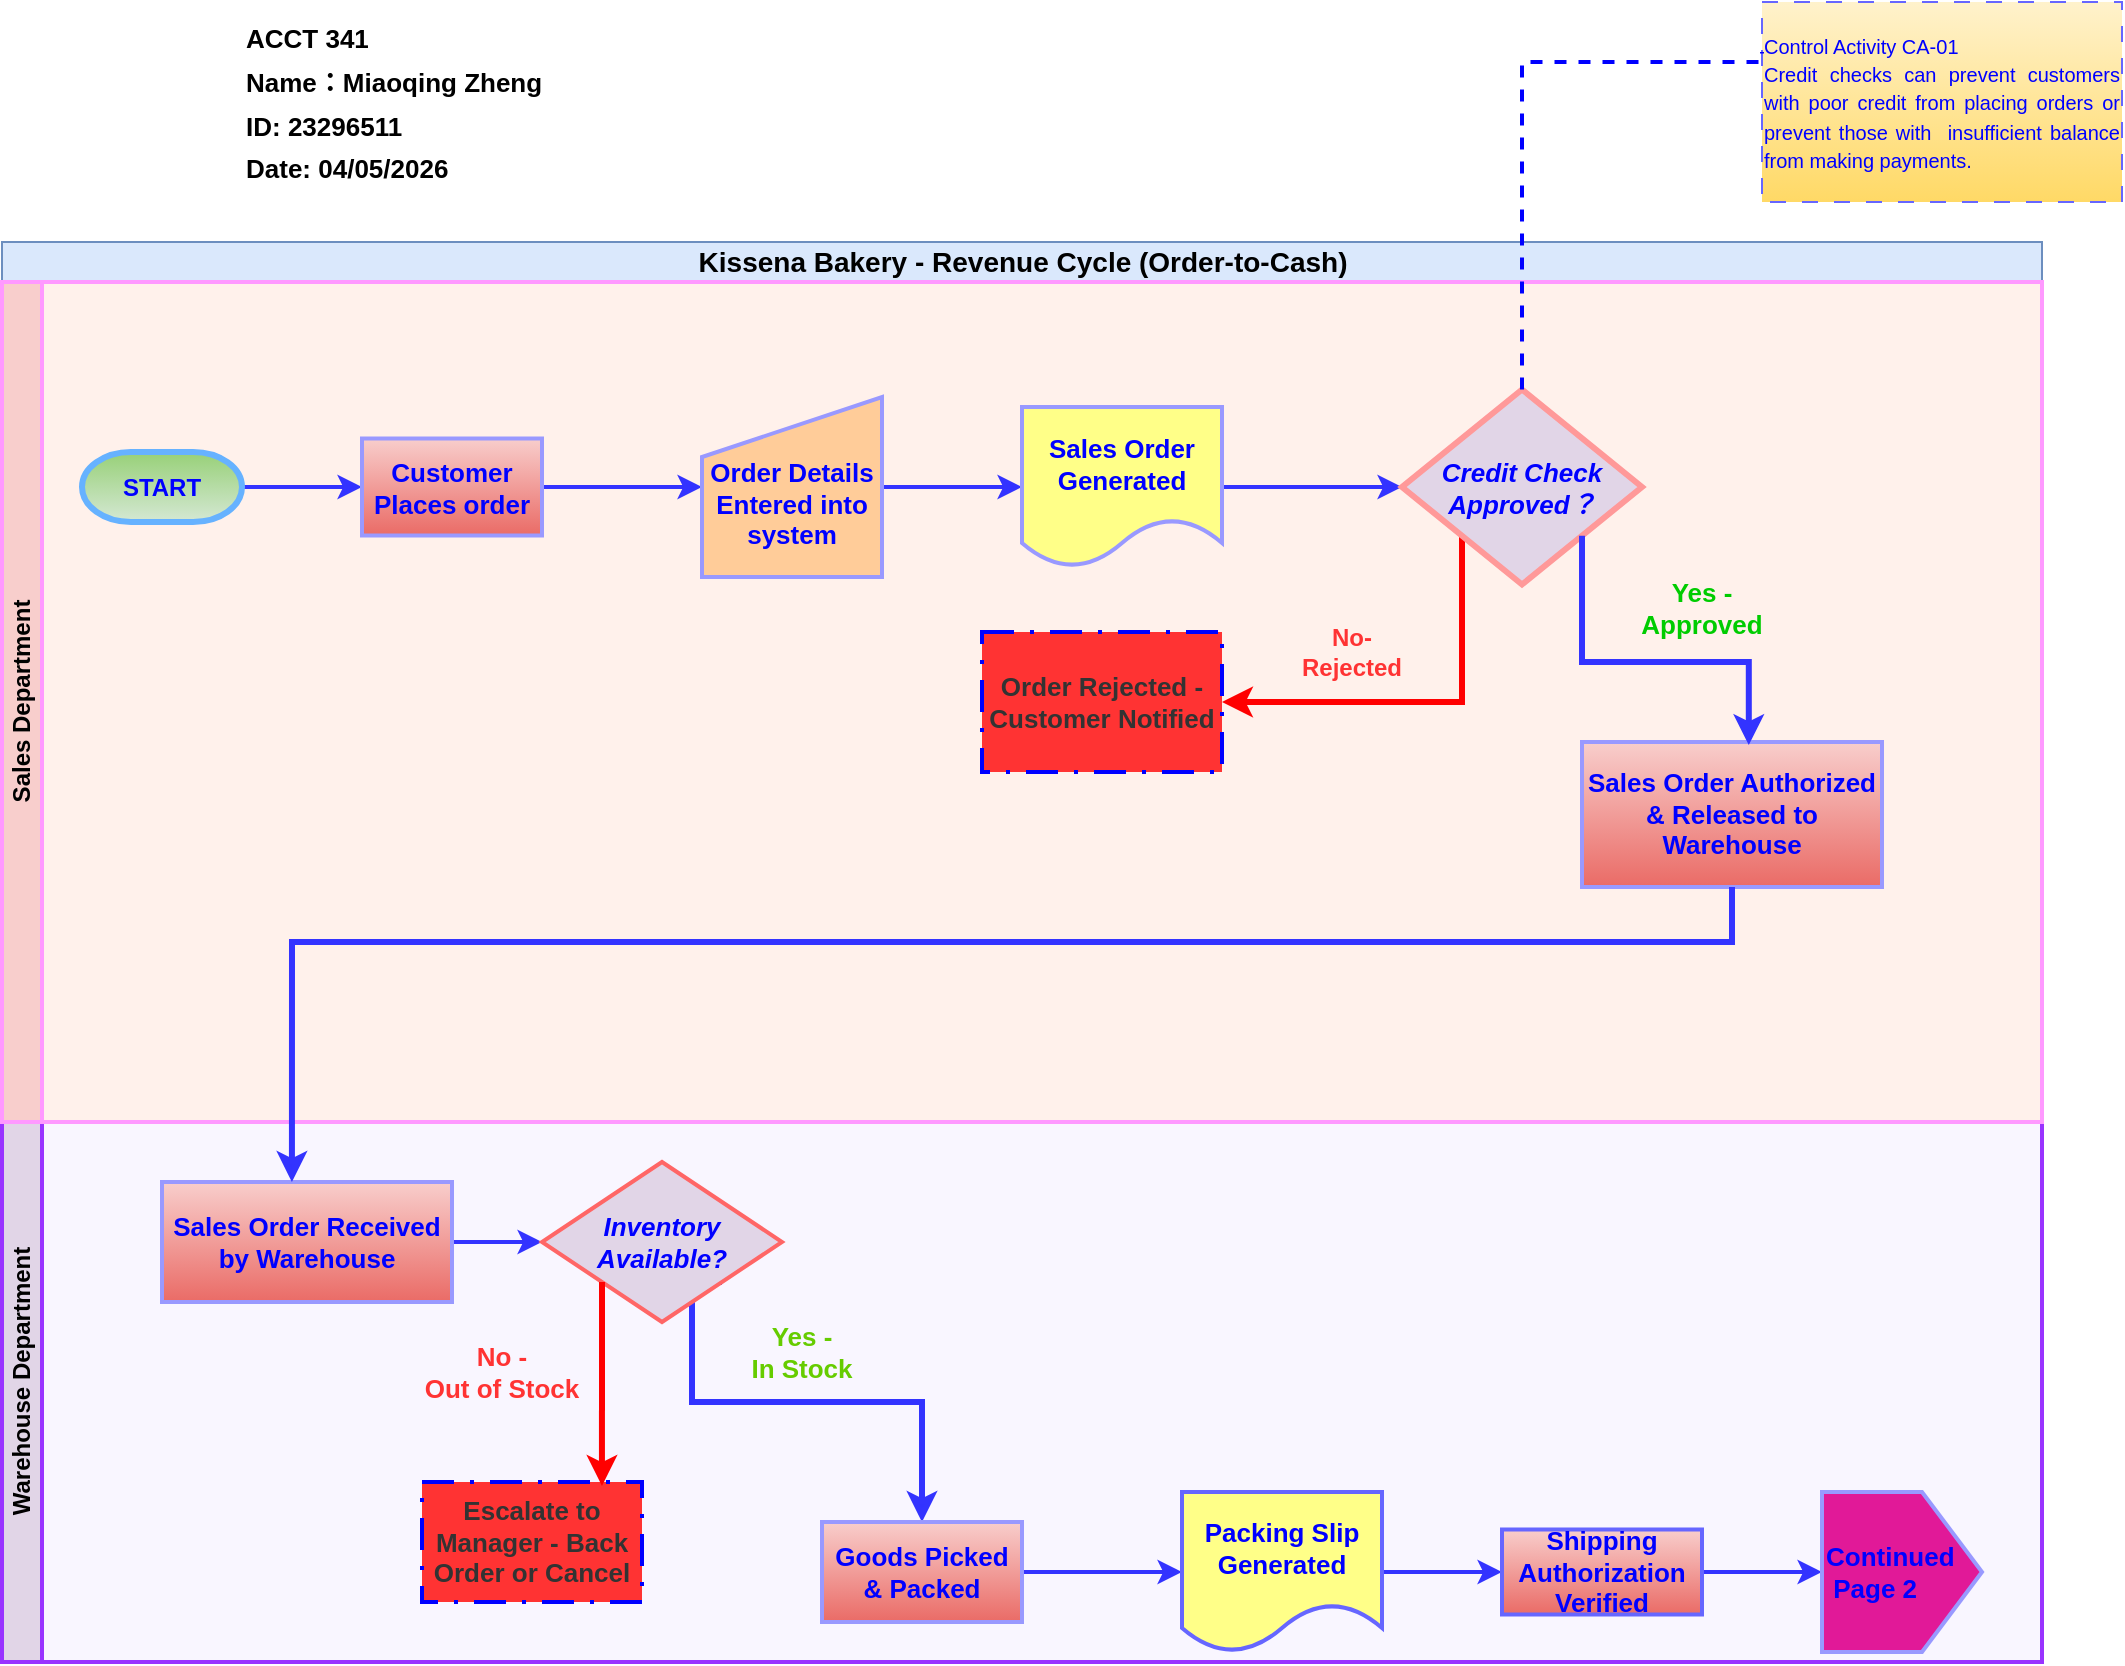
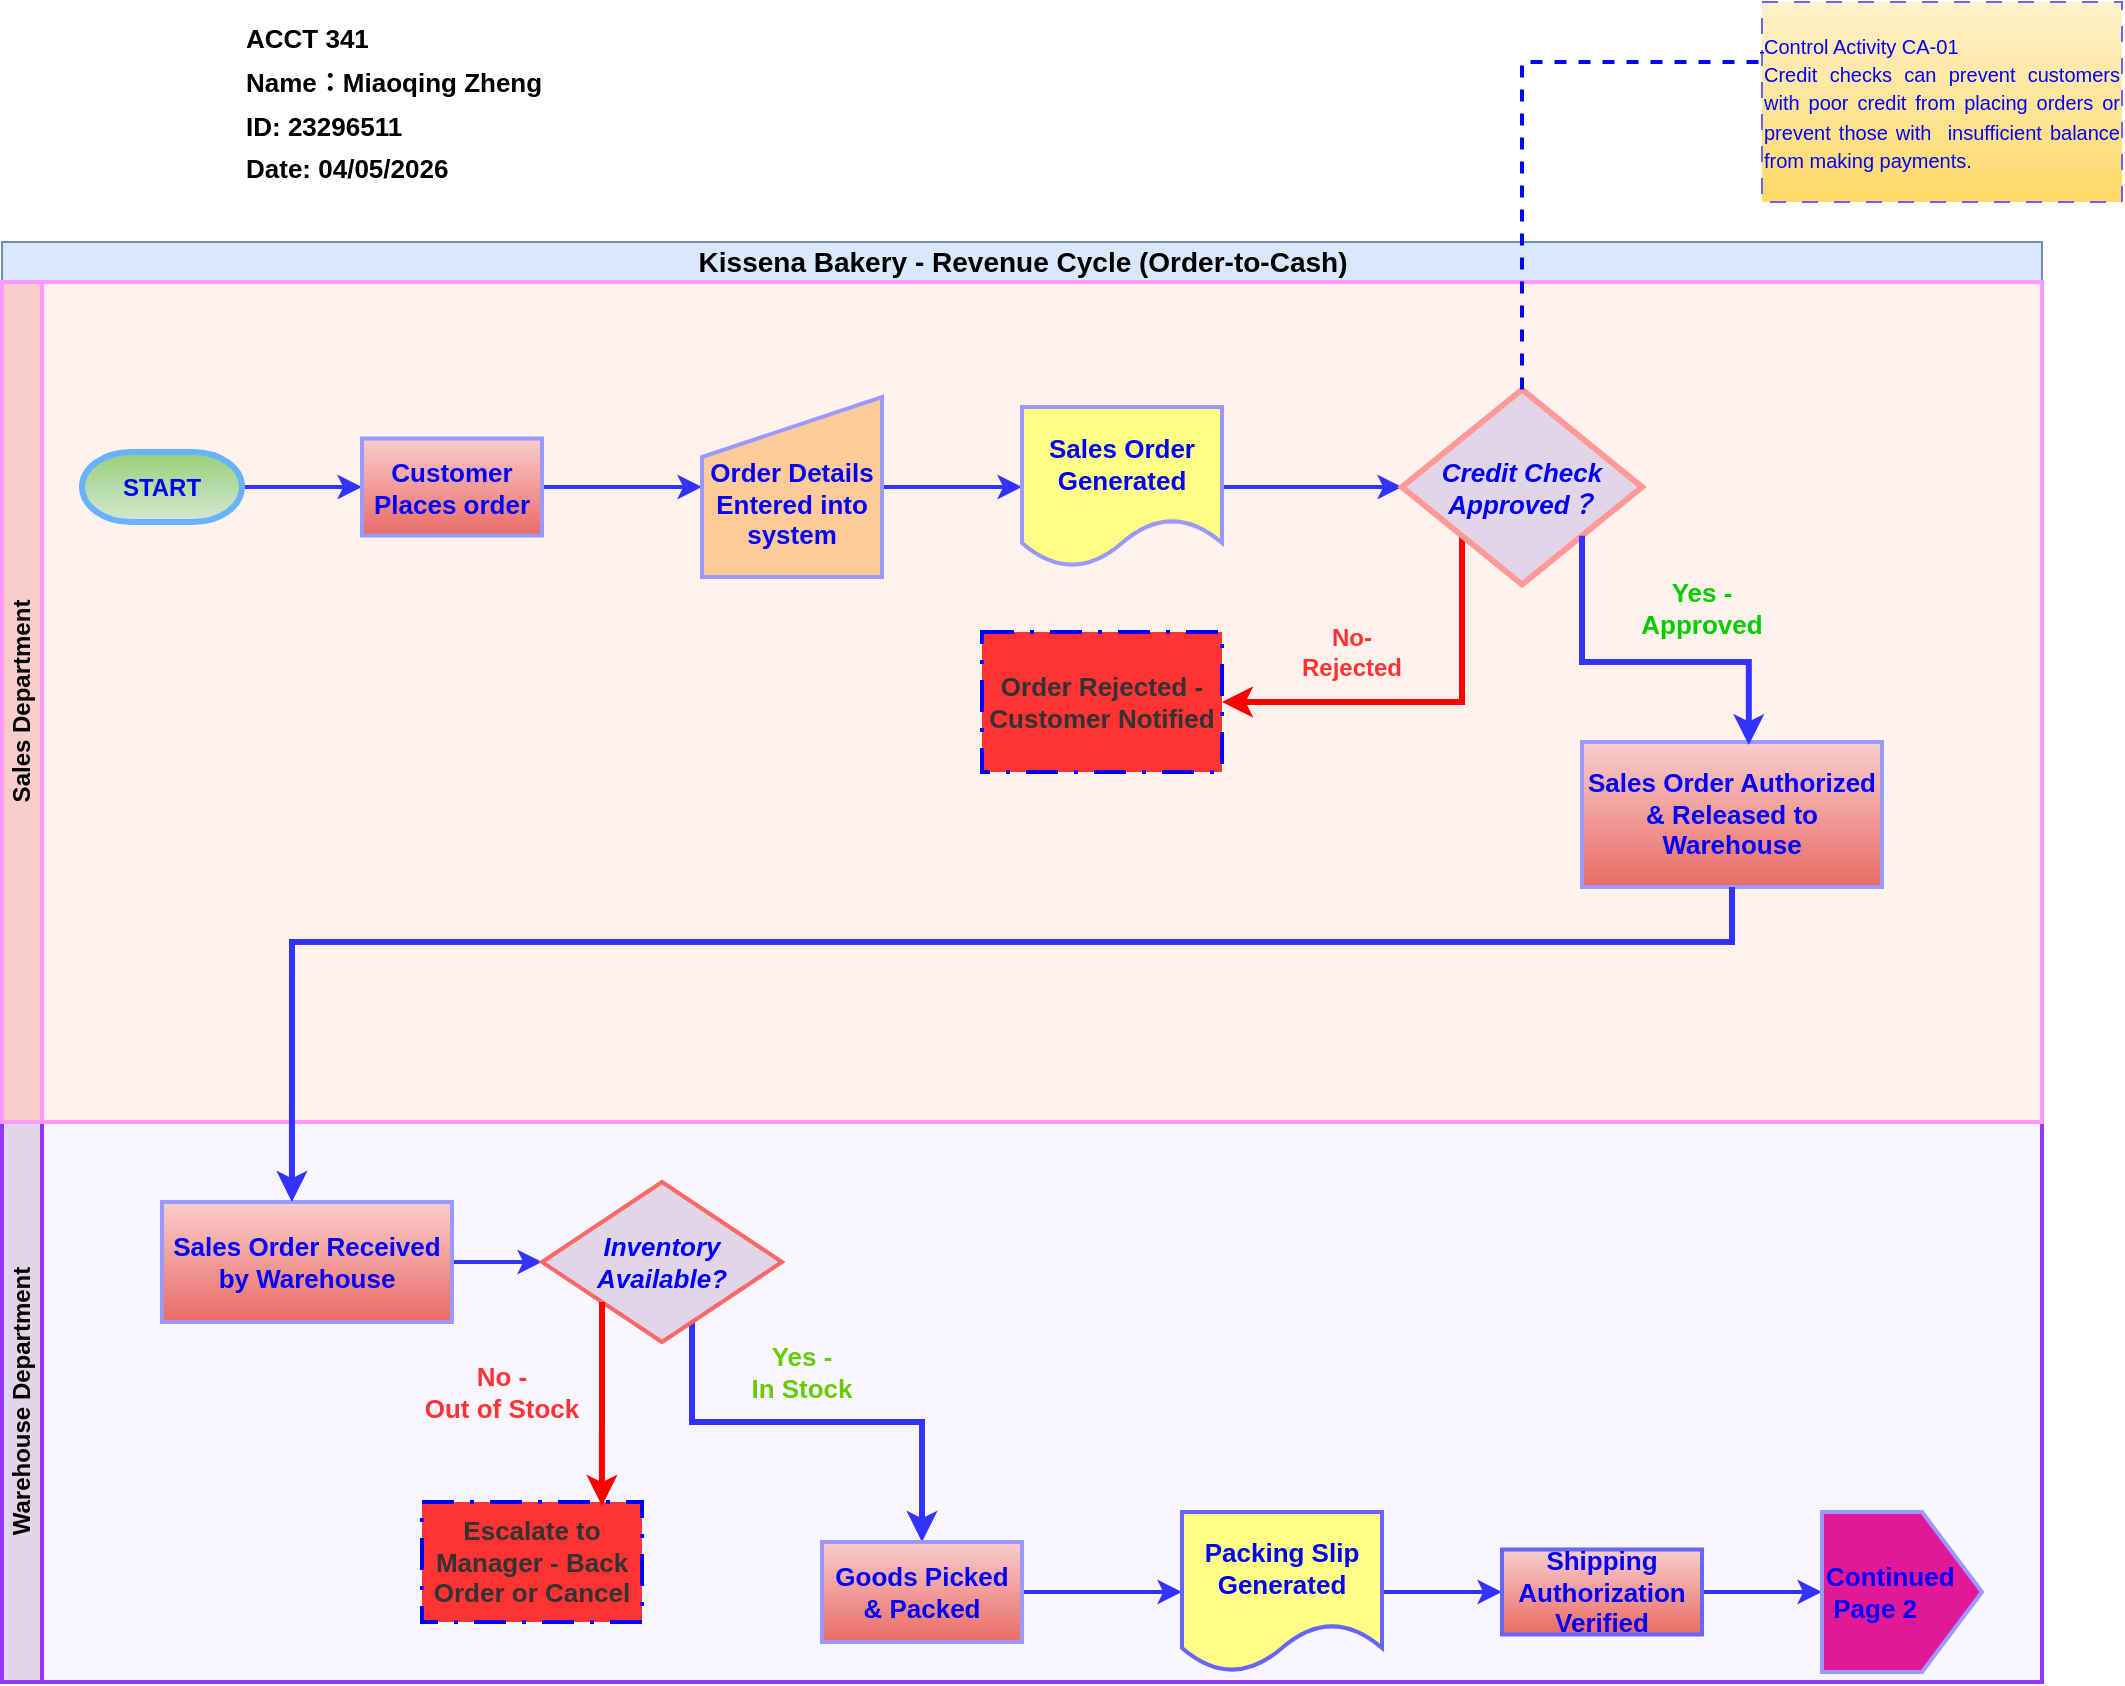
<mxfile host="app.diagrams.net" agent="Mozilla/5.0 (Windows NT 10.0; Win64; x64) AppleWebKit/537.36 (KHTML, like Gecko) Chrome/146.0.0.0 Safari/537.36" pages="2">
  <diagram name="Page-1" id="klMabU_GDppZGB9yFFRy">
    <mxGraphModel dx="2054" dy="743" grid="1" gridSize="10" guides="1" tooltips="1" connect="1" arrows="1" fold="1" page="1" pageScale="1" pageWidth="1100" pageHeight="850" math="0" shadow="0">
      <root>
        <mxCell id="0" />
        <mxCell id="1" parent="0" />
        <mxCell id="0vQu63eh7_hz7IOFjZfk-1" parent="1" style="swimlane;childLayout=stackLayout;resizeParent=1;resizeParentMax=0;horizontal=1;startSize=20;horizontalStack=0;html=1;fillColor=#dae8fc;strokeColor=#6c8ebf;" value="&lt;div style=&quot;text-align: start;&quot;&gt;&lt;font style=&quot;font-size: 14px;&quot;&gt;Kissena Bakery - Revenue Cycle (Order-to-Cash)&lt;/font&gt;&lt;/div&gt;" vertex="1">
          <mxGeometry height="20" width="1020" x="40" y="130" as="geometry" />
        </mxCell>
        <mxCell id="0YdZOAwKbOOHbmaocjk8-1" parent="1" style="text;html=1;whiteSpace=wrap;strokeColor=none;fillColor=none;align=left;verticalAlign=middle;rounded=0;fontSize=18;fontStyle=1" value="&lt;div&gt;&lt;font style=&quot;font-size: 13px;&quot;&gt;ACCT 341&lt;/font&gt;&lt;/div&gt;&lt;font style=&quot;font-size: 13px;&quot;&gt;Name：Miaoqing Zheng&lt;/font&gt;&lt;div&gt;&lt;font style=&quot;font-size: 13px;&quot;&gt;ID: 23296511&lt;/font&gt;&lt;/div&gt;&lt;div&gt;&lt;font style=&quot;font-size: 13px;&quot;&gt;Date: 04/05/2026&lt;/font&gt;&lt;/div&gt;" vertex="1">
          <mxGeometry height="60" width="329" x="160" y="30" as="geometry" />
        </mxCell>
        <mxCell id="0vQu63eh7_hz7IOFjZfk-3" parent="1" style="swimlane;startSize=20;horizontal=0;html=1;fillColor=#e1d5e7;strokeColor=#9933FF;strokeWidth=2;swimlaneFillColor=#F9F6FF;" value="Warehouse Department" vertex="1">
-           <mxGeometry height="280" width="1020" x="40" y="560" as="geometry" />
+           <mxGeometry height="280" width="1020" x="40" y="570" as="geometry" />
        </mxCell>
        <mxCell id="pGH0SQg9JUakCyH8bkGQ-32" edge="1" parent="0vQu63eh7_hz7IOFjZfk-3" source="0vQu63eh7_hz7IOFjZfk-73" style="edgeStyle=orthogonalEdgeStyle;rounded=0;orthogonalLoop=1;jettySize=auto;html=1;exitX=1;exitY=0.5;exitDx=0;exitDy=0;entryX=0;entryY=0.5;entryDx=0;entryDy=0;strokeColor=#3333FF;strokeWidth=2;" target="0vQu63eh7_hz7IOFjZfk-92">
          <mxGeometry relative="1" as="geometry" />
        </mxCell>
        <mxCell id="0vQu63eh7_hz7IOFjZfk-73" parent="0vQu63eh7_hz7IOFjZfk-3" style="html=1;dashed=0;whiteSpace=wrap;fillColor=#f8cecc;gradientColor=#ea6b66;strokeColor=#9999FF;strokeWidth=2;" value="&lt;font style=&quot;font-size: 13px; color: rgb(0, 0, 255);&quot;&gt;&lt;b&gt;Sales Order Received by Warehouse&lt;/b&gt;&lt;/font&gt;" vertex="1">
          <mxGeometry height="60" width="145" x="80" y="40" as="geometry" />
        </mxCell>
        <mxCell id="JjxT6XXtwAddX6sOskqe-8" edge="1" parent="0vQu63eh7_hz7IOFjZfk-3" source="0vQu63eh7_hz7IOFjZfk-92" style="edgeStyle=orthogonalEdgeStyle;rounded=0;orthogonalLoop=1;jettySize=auto;html=1;exitX=1;exitY=1;exitDx=0;exitDy=0;entryX=0.5;entryY=0;entryDx=0;entryDy=0;strokeColor=#3333FF;strokeWidth=3;" target="0vQu63eh7_hz7IOFjZfk-106">
          <mxGeometry relative="1" as="geometry">
            <Array as="points">
              <mxPoint x="345" y="150" />
              <mxPoint x="460" y="150" />
            </Array>
          </mxGeometry>
        </mxCell>
        <mxCell id="0vQu63eh7_hz7IOFjZfk-92" parent="0vQu63eh7_hz7IOFjZfk-3" style="rhombus;whiteSpace=wrap;html=1;fillColor=#e1d5e7;strokeColor=light-dark(#FF6666,#FF3333);strokeWidth=2;" value="&lt;font style=&quot;font-size: 13px; color: rgb(0, 0, 255);&quot;&gt;&lt;b&gt;&lt;i&gt;Inventory Available?&lt;/i&gt;&lt;/b&gt;&lt;/font&gt;" vertex="1">
          <mxGeometry height="80" width="120" x="270" y="30" as="geometry" />
        </mxCell>
        <mxCell id="0vQu63eh7_hz7IOFjZfk-96" parent="0vQu63eh7_hz7IOFjZfk-3" style="html=1;dashed=1;whiteSpace=wrap;fillColor=#FF3333;strokeColor=#0000FF;fontColor=#ffffff;dashPattern=8 4 1 4;strokeWidth=2;" value="&lt;b&gt;&lt;font style=&quot;font-size: 13px; color: rgb(51, 51, 51);&quot;&gt;Escalate to Manager - Back Order or Cancel&lt;/font&gt;&lt;/b&gt;" vertex="1">
          <mxGeometry height="60" width="110" x="210" y="190" as="geometry" />
        </mxCell>
        <mxCell id="46-Umk2mzS9Czotzx1H9-6" edge="1" parent="0vQu63eh7_hz7IOFjZfk-3" source="0vQu63eh7_hz7IOFjZfk-106" style="edgeStyle=orthogonalEdgeStyle;rounded=0;orthogonalLoop=1;jettySize=auto;html=1;exitX=1;exitY=0.5;exitDx=0;exitDy=0;entryX=0;entryY=0.5;entryDx=0;entryDy=0;strokeColor=#3333FF;strokeWidth=2;" target="0vQu63eh7_hz7IOFjZfk-110">
          <mxGeometry relative="1" as="geometry" />
        </mxCell>
        <mxCell id="0vQu63eh7_hz7IOFjZfk-106" parent="0vQu63eh7_hz7IOFjZfk-3" style="html=1;dashed=0;whiteSpace=wrap;strokeWidth=2;fillColor=#f8cecc;gradientColor=#ea6b66;strokeColor=#9999FF;" value="&lt;font style=&quot;font-size: 13px; color: rgb(0, 0, 255);&quot;&gt;&lt;b&gt;Goods Picked &amp;amp; Packed&lt;/b&gt;&lt;/font&gt;" vertex="1">
          <mxGeometry height="50" width="100" x="410" y="210" as="geometry" />
        </mxCell>
        <mxCell id="46-Umk2mzS9Czotzx1H9-8" edge="1" parent="0vQu63eh7_hz7IOFjZfk-3" source="0vQu63eh7_hz7IOFjZfk-110" style="edgeStyle=orthogonalEdgeStyle;rounded=0;orthogonalLoop=1;jettySize=auto;html=1;exitX=1;exitY=0.5;exitDx=0;exitDy=0;entryX=0;entryY=0.5;entryDx=0;entryDy=0;strokeColor=#3333FF;strokeWidth=2;" target="0vQu63eh7_hz7IOFjZfk-112">
          <mxGeometry relative="1" as="geometry" />
        </mxCell>
        <mxCell id="0vQu63eh7_hz7IOFjZfk-110" parent="0vQu63eh7_hz7IOFjZfk-3" style="shape=document;whiteSpace=wrap;html=1;boundedLbl=1;strokeWidth=2;fillColor=#ffff88;strokeColor=#6666FF;" value="&lt;font style=&quot;font-size: 13px; color: rgb(0, 0, 255);&quot;&gt;&lt;b&gt;Packing Slip Generated&lt;/b&gt;&lt;/font&gt;" vertex="1">
          <mxGeometry height="80" width="100" x="590" y="195" as="geometry" />
        </mxCell>
        <mxCell id="G1smnQENkRiUrPdJOTDi-2" edge="1" parent="0vQu63eh7_hz7IOFjZfk-3" source="0vQu63eh7_hz7IOFjZfk-112" style="edgeStyle=orthogonalEdgeStyle;rounded=0;orthogonalLoop=1;jettySize=auto;html=1;exitX=1;exitY=0.5;exitDx=0;exitDy=0;entryX=0.5;entryY=0;entryDx=0;entryDy=0;strokeColor=#3333FF;strokeWidth=2;" target="G1smnQENkRiUrPdJOTDi-1">
          <mxGeometry relative="1" as="geometry" />
        </mxCell>
        <mxCell id="0vQu63eh7_hz7IOFjZfk-112" parent="0vQu63eh7_hz7IOFjZfk-3" style="html=1;dashed=0;whiteSpace=wrap;strokeColor=#6666FF;fillColor=#f8cecc;gradientColor=#ea6b66;fontStyle=1;strokeWidth=2;" value="&lt;font style=&quot;font-size: 13px; color: rgb(0, 0, 255);&quot;&gt;Shipping Authorization Verified&lt;/font&gt;" vertex="1">
          <mxGeometry height="42.5" width="100" x="750" y="213.75" as="geometry" />
        </mxCell>
        <mxCell id="0vQu63eh7_hz7IOFjZfk-98" parent="0vQu63eh7_hz7IOFjZfk-3" style="text;html=1;whiteSpace=wrap;strokeColor=none;fillColor=none;align=center;verticalAlign=middle;rounded=0;fontColor=#FF3333;" value="&lt;font style=&quot;font-size: 13px;&quot;&gt;&lt;b&gt;No - &lt;br&gt;Out of Stock&lt;/b&gt;&lt;/font&gt;" vertex="1">
          <mxGeometry height="30" width="80" x="210" y="120" as="geometry" />
        </mxCell>
        <mxCell id="G1smnQENkRiUrPdJOTDi-1" parent="0vQu63eh7_hz7IOFjZfk-3" style="shape=offPageConnector;whiteSpace=wrap;html=1;direction=north;strokeColor=#9999FF;fillColor=#E11998;align=left;strokeWidth=2;" value="&lt;b style=&quot;color: rgb(0, 0, 255); font-size: 13px; text-wrap-mode: nowrap;&quot;&gt;Continued&lt;br&gt;&amp;nbsp;Page 2&lt;/b&gt;" vertex="1">
          <mxGeometry height="80" width="80" x="910" y="195" as="geometry" />
        </mxCell>
        <mxCell id="46-Umk2mzS9Czotzx1H9-12" parent="0vQu63eh7_hz7IOFjZfk-3" style="text;html=1;whiteSpace=wrap;strokeColor=none;fillColor=none;align=center;verticalAlign=middle;rounded=0;" value="&lt;b style=&quot;color: rgb(102, 204, 0);&quot;&gt;&lt;font style=&quot;font-size: 13px;&quot;&gt;Yes -&lt;br&gt;In Stock&lt;/font&gt;&lt;/b&gt;" vertex="1">
          <mxGeometry height="30" width="80" x="360" y="110" as="geometry" />
        </mxCell>
        <mxCell id="JjxT6XXtwAddX6sOskqe-13" edge="1" parent="0vQu63eh7_hz7IOFjZfk-3" source="0vQu63eh7_hz7IOFjZfk-92" style="edgeStyle=orthogonalEdgeStyle;rounded=0;orthogonalLoop=1;jettySize=auto;html=1;exitX=0;exitY=1;exitDx=0;exitDy=0;entryX=0.818;entryY=0.033;entryDx=0;entryDy=0;entryPerimeter=0;strokeColor=#FF0000;strokeWidth=3;" target="0vQu63eh7_hz7IOFjZfk-96">
          <mxGeometry relative="1" as="geometry" />
        </mxCell>
        <mxCell id="0vQu63eh7_hz7IOFjZfk-2" parent="1" style="swimlane;startSize=20;horizontal=0;html=1;fillColor=#f8cecc;strokeColor=#FF99FF;strokeWidth=2;fillStyle=solid;swimlaneFillColor=#FFF1EB;" value="Sales Department" vertex="1">
          <mxGeometry height="420" width="1020" x="40" y="150" as="geometry">
            <mxRectangle height="30" width="610" y="20" as="alternateBounds" />
          </mxGeometry>
        </mxCell>
        <mxCell id="0vQu63eh7_hz7IOFjZfk-43" edge="1" parent="0vQu63eh7_hz7IOFjZfk-2" source="0vQu63eh7_hz7IOFjZfk-10" style="edgeStyle=orthogonalEdgeStyle;rounded=0;orthogonalLoop=1;jettySize=auto;html=1;exitX=0;exitY=0.5;exitDx=0;exitDy=0;exitPerimeter=0;entryX=0;entryY=0.5;entryDx=0;entryDy=0;strokeColor=#3333FF;strokeWidth=2;" target="0vQu63eh7_hz7IOFjZfk-15">
          <mxGeometry relative="1" as="geometry" />
        </mxCell>
        <mxCell id="0vQu63eh7_hz7IOFjZfk-10" parent="0vQu63eh7_hz7IOFjZfk-2" style="strokeWidth=3;html=1;shape=mxgraph.flowchart.terminator;whiteSpace=wrap;direction=west;fillColor=#d5e8d4;gradientColor=#97d077;strokeColor=#66B2FF;" value="&lt;b&gt;&lt;font style=&quot;color: rgb(0, 0, 255);&quot;&gt;START&lt;/font&gt;&lt;/b&gt;" vertex="1">
          <mxGeometry height="35" width="80" x="40" y="85" as="geometry" />
        </mxCell>
        <mxCell id="46-Umk2mzS9Czotzx1H9-2" edge="1" parent="0vQu63eh7_hz7IOFjZfk-2" source="0vQu63eh7_hz7IOFjZfk-15" style="edgeStyle=orthogonalEdgeStyle;rounded=0;orthogonalLoop=1;jettySize=auto;html=1;exitX=1;exitY=0.5;exitDx=0;exitDy=0;entryX=0;entryY=0.5;entryDx=0;entryDy=0;strokeColor=#3333FF;strokeWidth=2;" target="0vQu63eh7_hz7IOFjZfk-20">
          <mxGeometry relative="1" as="geometry" />
        </mxCell>
        <mxCell id="0vQu63eh7_hz7IOFjZfk-15" parent="0vQu63eh7_hz7IOFjZfk-2" style="html=1;dashed=0;whiteSpace=wrap;strokeWidth=2;fillColor=#f8cecc;strokeColor=#9999FF;gradientColor=#ea6b66;" value="&lt;font style=&quot;font-size: 13px; color: rgb(0, 0, 255);&quot;&gt;&lt;b style=&quot;&quot;&gt;Customer Places order&lt;/b&gt;&lt;/font&gt;" vertex="1">
          <mxGeometry height="48.5" width="90" x="180" y="78.25" as="geometry" />
        </mxCell>
        <mxCell id="46-Umk2mzS9Czotzx1H9-3" edge="1" parent="0vQu63eh7_hz7IOFjZfk-2" source="0vQu63eh7_hz7IOFjZfk-20" style="edgeStyle=orthogonalEdgeStyle;rounded=0;orthogonalLoop=1;jettySize=auto;html=1;exitX=1;exitY=0.5;exitDx=0;exitDy=0;entryX=0;entryY=0.5;entryDx=0;entryDy=0;strokeColor=#3333FF;strokeWidth=2;" target="0vQu63eh7_hz7IOFjZfk-30">
          <mxGeometry relative="1" as="geometry" />
        </mxCell>
        <mxCell id="0vQu63eh7_hz7IOFjZfk-20" parent="0vQu63eh7_hz7IOFjZfk-2" style="shape=manualInput;whiteSpace=wrap;html=1;align=center;fillColor=#ffcc99;strokeColor=#9999FF;strokeWidth=2;" value="&lt;div style=&quot;&quot;&gt;&lt;span style=&quot;background-color: transparent;&quot;&gt;&lt;b style=&quot;&quot;&gt;&lt;font style=&quot;font-size: 13px; color: rgb(0, 0, 255);&quot;&gt;&lt;br&gt;&lt;/font&gt;&lt;/b&gt;&lt;/span&gt;&lt;/div&gt;&lt;div style=&quot;&quot;&gt;&lt;span style=&quot;background-color: transparent;&quot;&gt;&lt;b style=&quot;&quot;&gt;&lt;font style=&quot;font-size: 13px; color: rgb(0, 0, 255);&quot;&gt;Order Details Entered into system&lt;/font&gt;&lt;/b&gt;&lt;/span&gt;&lt;/div&gt;" vertex="1">
          <mxGeometry height="90" width="90" x="350" y="57.5" as="geometry" />
        </mxCell>
        <mxCell id="0vQu63eh7_hz7IOFjZfk-35" edge="1" parent="0vQu63eh7_hz7IOFjZfk-2" style="edgeStyle=orthogonalEdgeStyle;rounded=0;orthogonalLoop=1;jettySize=auto;html=1;exitX=0;exitY=0.5;exitDx=0;exitDy=0;">
          <mxGeometry relative="1" as="geometry">
            <mxPoint x="410" y="105" as="sourcePoint" />
            <mxPoint x="410" y="105" as="targetPoint" />
          </mxGeometry>
        </mxCell>
        <mxCell id="46-Umk2mzS9Czotzx1H9-4" edge="1" parent="0vQu63eh7_hz7IOFjZfk-2" source="0vQu63eh7_hz7IOFjZfk-30" style="edgeStyle=orthogonalEdgeStyle;rounded=0;orthogonalLoop=1;jettySize=auto;html=1;exitX=1;exitY=0.5;exitDx=0;exitDy=0;entryX=0;entryY=0.5;entryDx=0;entryDy=0;strokeColor=#3333FF;strokeWidth=2;" target="0vQu63eh7_hz7IOFjZfk-34">
          <mxGeometry relative="1" as="geometry" />
        </mxCell>
        <mxCell id="0vQu63eh7_hz7IOFjZfk-30" parent="0vQu63eh7_hz7IOFjZfk-2" style="shape=document;whiteSpace=wrap;html=1;boundedLbl=1;strokeWidth=2;fillColor=#ffff88;strokeColor=#9999FF;" value="&lt;font style=&quot;font-size: 13px; color: rgb(0, 0, 255);&quot;&gt;&lt;b&gt;Sales Order Generated&lt;/b&gt;&lt;/font&gt;" vertex="1">
          <mxGeometry height="80" width="100" x="510" y="62.5" as="geometry" />
        </mxCell>
        <mxCell id="JjxT6XXtwAddX6sOskqe-11" edge="1" parent="0vQu63eh7_hz7IOFjZfk-2" source="0vQu63eh7_hz7IOFjZfk-34" style="edgeStyle=orthogonalEdgeStyle;rounded=0;orthogonalLoop=1;jettySize=auto;html=1;exitX=0;exitY=1;exitDx=0;exitDy=0;entryX=1;entryY=0.5;entryDx=0;entryDy=0;strokeColor=#FF0000;strokeWidth=3;" target="0vQu63eh7_hz7IOFjZfk-65">
          <mxGeometry relative="1" as="geometry">
            <Array as="points">
              <mxPoint x="730" y="210" />
            </Array>
          </mxGeometry>
        </mxCell>
        <mxCell id="0vQu63eh7_hz7IOFjZfk-34" parent="0vQu63eh7_hz7IOFjZfk-2" style="rhombus;whiteSpace=wrap;html=1;fillColor=#e1d5e7;strokeColor=#FF9999;strokeWidth=3;" value="&lt;font style=&quot;font-size: 13px; color: rgb(0, 0, 255);&quot;&gt;&lt;b&gt;&lt;i&gt;Credit Check Approved？&lt;/i&gt;&lt;/b&gt;&lt;/font&gt;" vertex="1">
          <mxGeometry height="97.5" width="120" x="700" y="53.75" as="geometry" />
        </mxCell>
        <mxCell id="0vQu63eh7_hz7IOFjZfk-60" parent="0vQu63eh7_hz7IOFjZfk-2" style="text;html=1;whiteSpace=wrap;strokeColor=none;fillColor=none;align=center;verticalAlign=middle;rounded=0;fontColor=#00CC00;" value="&lt;font style=&quot;font-size: 13px;&quot;&gt;&lt;b style=&quot;&quot;&gt;Yes - Approved&lt;/b&gt;&lt;/font&gt;" vertex="1">
          <mxGeometry height="30" width="80" x="810" y="147.5" as="geometry" />
        </mxCell>
        <mxCell id="0vQu63eh7_hz7IOFjZfk-65" parent="0vQu63eh7_hz7IOFjZfk-2" style="html=1;dashed=1;whiteSpace=wrap;strokeWidth=2;fillColor=light-dark(#FF3333,#FF3333);strokeColor=#0000FF;fontColor=#ffffff;fontStyle=1;dashPattern=8 4 1 4;" value="&lt;font style=&quot;font-size: 13px; color: rgb(51, 51, 51);&quot;&gt;Order Rejected - Customer Notified&lt;/font&gt;" vertex="1">
          <mxGeometry height="70" width="120" x="490" y="175" as="geometry" />
        </mxCell>
        <mxCell id="0vQu63eh7_hz7IOFjZfk-67" parent="0vQu63eh7_hz7IOFjZfk-2" style="html=1;dashed=0;whiteSpace=wrap;fillColor=#f8cecc;gradientColor=#ea6b66;strokeColor=#9999FF;strokeWidth=2;" value="&lt;font style=&quot;font-size: 13px; color: rgb(0, 0, 255);&quot;&gt;&lt;b&gt;Sales Order Authorized &amp;amp; Released to Warehouse&lt;/b&gt;&lt;/font&gt;" vertex="1">
          <mxGeometry height="72.5" width="150" x="790" y="230" as="geometry" />
        </mxCell>
        <mxCell id="DywWvH4VDf4e1SjyT3sU-3" parent="0vQu63eh7_hz7IOFjZfk-2" style="text;html=1;whiteSpace=wrap;strokeColor=none;fillColor=none;align=center;verticalAlign=middle;rounded=0;fontSize=12;fontStyle=1;fontColor=#FF3333;" value="&lt;span&gt;&lt;font style=&quot;&quot;&gt;No-Rejected&lt;/font&gt;&lt;/span&gt;" vertex="1">
          <mxGeometry height="30" width="70" x="640" y="170" as="geometry" />
        </mxCell>
        <mxCell id="JjxT6XXtwAddX6sOskqe-5" edge="1" parent="0vQu63eh7_hz7IOFjZfk-2" source="0vQu63eh7_hz7IOFjZfk-34" style="edgeStyle=orthogonalEdgeStyle;rounded=0;orthogonalLoop=1;jettySize=auto;html=1;exitX=1;exitY=1;exitDx=0;exitDy=0;entryX=0.556;entryY=0.021;entryDx=0;entryDy=0;entryPerimeter=0;strokeColor=#3333FF;strokeWidth=3;" target="0vQu63eh7_hz7IOFjZfk-67">
          <mxGeometry relative="1" as="geometry">
            <Array as="points">
              <mxPoint x="790" y="190" />
              <mxPoint x="873" y="190" />
            </Array>
          </mxGeometry>
        </mxCell>
        <mxCell id="0vQu63eh7_hz7IOFjZfk-86" edge="1" parent="1" source="0vQu63eh7_hz7IOFjZfk-67" style="edgeStyle=orthogonalEdgeStyle;rounded=0;orthogonalLoop=1;jettySize=auto;html=1;exitX=0.5;exitY=1;exitDx=0;exitDy=0;entryX=0.448;entryY=0;entryDx=0;entryDy=0;entryPerimeter=0;fontColor=#0000CC;strokeColor=#3333FF;strokeWidth=3;" target="0vQu63eh7_hz7IOFjZfk-73">
          <mxGeometry relative="1" as="geometry">
            <Array as="points">
              <mxPoint x="905" y="480" />
              <mxPoint x="185" y="480" />
            </Array>
          </mxGeometry>
        </mxCell>
        <mxCell id="pGH0SQg9JUakCyH8bkGQ-23" parent="1" style="html=1;dashed=1;whiteSpace=wrap;dashPattern=8 8;fillColor=#fff2cc;gradientColor=#ffd966;strokeColor=light-dark(#6666FF,#6D5100);strokeWidth=1;" value="&lt;div style=&quot;text-align: justify;&quot;&gt;&lt;span style=&quot;font-size: 10px; background-color: transparent;&quot;&gt;&lt;font style=&quot;color: rgb(0, 0, 255);&quot;&gt;Control Activity&amp;nbsp;CA-01&lt;/font&gt;&lt;/span&gt;&lt;/div&gt;&lt;font style=&quot;color: rgb(0, 0, 255);&quot;&gt;&lt;div style=&quot;text-align: justify;&quot;&gt;&lt;span style=&quot;font-size: 10px; background-color: transparent;&quot;&gt;Credit checks can prevent customers with poor credit from placing orders or prevent those with&amp;nbsp; insufficient balance from making payments.&lt;/span&gt;&lt;/div&gt;&lt;/font&gt;" vertex="1">
          <mxGeometry height="100" width="180" x="920" y="10" as="geometry" />
        </mxCell>
        <mxCell id="pGH0SQg9JUakCyH8bkGQ-28" edge="1" parent="1" source="0vQu63eh7_hz7IOFjZfk-34" style="edgeStyle=orthogonalEdgeStyle;rounded=0;orthogonalLoop=1;jettySize=auto;html=1;exitX=0.5;exitY=0;exitDx=0;exitDy=0;entryX=0;entryY=0.25;entryDx=0;entryDy=0;endArrow=none;endFill=0;dashed=1;strokeWidth=2;strokeColor=#0000FF;" target="pGH0SQg9JUakCyH8bkGQ-23">
          <mxGeometry relative="1" as="geometry">
            <Array as="points">
              <mxPoint x="800" y="40" />
              <mxPoint x="920" y="40" />
            </Array>
          </mxGeometry>
        </mxCell>
      </root>
    </mxGraphModel>
  </diagram>
  <diagram id="ZDdy4ylPSpOC2Ge6VpiW" name="Page-2">
    <mxGraphModel dx="2054" dy="743" grid="1" gridSize="10" guides="1" tooltips="1" connect="1" arrows="1" fold="1" page="1" pageScale="1" pageWidth="1100" pageHeight="850" math="0" shadow="0">
      <root>
        <mxCell id="0" />
        <mxCell id="1" parent="0" />
        <mxCell id="_GW_QHAqRueJzuYdTQVs-1" parent="1" style="swimlane;startSize=20;horizontal=0;html=1;fillColor=#E1D5E7;strokeColor=#9933FF;strokeWidth=2;swimlaneFillColor=#F9F6FF;" value="Warehouse Department" vertex="1">
          <mxGeometry height="270" width="1020" x="40" y="155" as="geometry" />
        </mxCell>
        <mxCell id="JTW380UVqBL9k5zzlviH-1" parent="_GW_QHAqRueJzuYdTQVs-1" style="html=1;dashed=0;whiteSpace=wrap;fillColor=#f8cecc;gradientColor=#ea6b66;strokeColor=#9999FF;strokeWidth=2;" value="&lt;font style=&quot;font-size: 13px; color: rgb(0, 0, 255);&quot;&gt;&lt;b&gt;Goods Dispatched to Customer&lt;/b&gt;&lt;/font&gt;" vertex="1">
          <mxGeometry height="50" width="100" x="220" y="75" as="geometry" />
        </mxCell>
        <mxCell id="Y0x97Svv89Kf0asxUhHi-3" edge="1" parent="_GW_QHAqRueJzuYdTQVs-1" source="Y0x97Svv89Kf0asxUhHi-1" style="edgeStyle=orthogonalEdgeStyle;rounded=0;orthogonalLoop=1;jettySize=auto;html=1;exitX=0.5;exitY=1;exitDx=0;exitDy=0;entryX=0;entryY=0.5;entryDx=0;entryDy=0;strokeWidth=2;strokeColor=#0000FF;" target="JTW380UVqBL9k5zzlviH-1">
          <mxGeometry relative="1" as="geometry" />
        </mxCell>
        <mxCell id="Y0x97Svv89Kf0asxUhHi-1" parent="_GW_QHAqRueJzuYdTQVs-1" style="shape=offPageConnector;whiteSpace=wrap;html=1;direction=north;strokeColor=#9999FF;fillColor=#E11998;align=left;strokeWidth=2;" value="&lt;b style=&quot;color: rgb(0, 0, 255); font-size: 13px; text-wrap-mode: nowrap;&quot;&gt;Continued&lt;br&gt;&amp;nbsp;Page 2&lt;/b&gt;" vertex="1">
          <mxGeometry height="80" width="80" x="70" y="60" as="geometry" />
        </mxCell>
        <mxCell id="VSqCA1LAcqbEIX1a-AIG-1" parent="1" style="swimlane;startSize=20;horizontal=0;html=1;whiteSpace=wrap;fillColor=#ffcc99;strokeColor=#FF9933;strokeWidth=2;swimlaneFillColor=#FFFEDF;" value="&lt;span style=&quot;text-wrap-mode: nowrap;&quot;&gt;Billing /&lt;/span&gt;&lt;br style=&quot;text-wrap-mode: nowrap;&quot;&gt;&lt;span style=&quot;text-wrap-mode: nowrap;&quot;&gt;Accounts Receivable&lt;/span&gt;" vertex="1">
          <mxGeometry height="220" width="1020" x="40" y="425" as="geometry" />
        </mxCell>
        <mxCell id="P3YaCky24gQnAikYR2Y3-1" edge="1" parent="VSqCA1LAcqbEIX1a-AIG-1" source="2IOCe_ZcG10jMQKezpJ2-1" style="edgeStyle=orthogonalEdgeStyle;rounded=1;orthogonalLoop=1;jettySize=auto;html=1;exitX=0.5;exitY=1;exitDx=0;exitDy=0;entryX=0;entryY=0.5;entryDx=0;entryDy=0;strokeColor=#0000FF;strokeWidth=2;" target="2IOCe_ZcG10jMQKezpJ2-2">
          <mxGeometry relative="1" as="geometry" />
        </mxCell>
        <mxCell id="2IOCe_ZcG10jMQKezpJ2-1" parent="VSqCA1LAcqbEIX1a-AIG-1" style="html=1;dashed=0;whiteSpace=wrap;strokeWidth=2;fillColor=#f8cecc;gradientColor=#ea6b66;strokeColor=#9999FF;" value="&lt;b&gt;&lt;font style=&quot;font-size: 13px; color: rgb(0, 0, 255);&quot;&gt;Dispatch Confirmation Received&lt;/font&gt;&lt;/b&gt;" vertex="1">
          <mxGeometry height="50" width="100" x="50" y="50" as="geometry" />
        </mxCell>
        <mxCell id="2IOCe_ZcG10jMQKezpJ2-2" parent="VSqCA1LAcqbEIX1a-AIG-1" style="shape=document;whiteSpace=wrap;html=1;boundedLbl=1;fillColor=#ffff88;strokeColor=#9999FF;strokeWidth=2;" value="&lt;font style=&quot;font-size: 13px; color: rgb(0, 0, 255);&quot;&gt;&lt;b&gt;Invoice Generated &amp;amp; Sent to Customer&lt;/b&gt;&lt;/font&gt;" vertex="1">
          <mxGeometry height="80" width="120" x="200" y="110" as="geometry" />
        </mxCell>
        <mxCell id="KsxiR5SY5I83CpnIQ7mC-6" edge="1" parent="VSqCA1LAcqbEIX1a-AIG-1" source="dAGMuh-EUK1Y8pTE6-PC-2" style="edgeStyle=orthogonalEdgeStyle;rounded=0;orthogonalLoop=1;jettySize=auto;html=1;exitX=1;exitY=0.5;exitDx=0;exitDy=0;entryX=0;entryY=0.5;entryDx=0;entryDy=0;strokeColor=#0000FF;strokeWidth=2;" target="dAGMuh-EUK1Y8pTE6-PC-4">
          <mxGeometry relative="1" as="geometry" />
        </mxCell>
        <mxCell id="dAGMuh-EUK1Y8pTE6-PC-2" parent="VSqCA1LAcqbEIX1a-AIG-1" style="html=1;dashed=0;whiteSpace=wrap;strokeWidth=2;fillColor=#f8cecc;gradientColor=#ea6b66;strokeColor=#9999FF;" value="&lt;b&gt;&lt;font style=&quot;font-size: 13px; color: rgb(0, 0, 255);&quot;&gt;Payment Received from Customer&lt;/font&gt;&lt;/b&gt;" vertex="1">
          <mxGeometry height="50" width="110" x="400" y="127.5" as="geometry" />
        </mxCell>
        <mxCell id="KsxiR5SY5I83CpnIQ7mC-8" edge="1" parent="VSqCA1LAcqbEIX1a-AIG-1" source="dAGMuh-EUK1Y8pTE6-PC-4" style="edgeStyle=orthogonalEdgeStyle;rounded=0;orthogonalLoop=1;jettySize=auto;html=1;exitX=1;exitY=0.5;exitDx=0;exitDy=0;entryX=0;entryY=0.5;entryDx=0;entryDy=0;strokeColor=#0000FF;strokeWidth=2;" target="dAGMuh-EUK1Y8pTE6-PC-6">
          <mxGeometry relative="1" as="geometry" />
        </mxCell>
        <mxCell id="dAGMuh-EUK1Y8pTE6-PC-4" parent="VSqCA1LAcqbEIX1a-AIG-1" style="shape=document;whiteSpace=wrap;html=1;boundedLbl=1;fillColor=#ffff88;strokeColor=#9999FF;strokeWidth=2;" value="&lt;font style=&quot;font-size: 13px; color: rgb(0, 0, 255);&quot;&gt;&lt;b&gt;Remittance Advice Recorded&lt;/b&gt;&lt;/font&gt;" vertex="1">
          <mxGeometry height="75" width="110" x="590" y="115" as="geometry" />
        </mxCell>
        <mxCell id="dAGMuh-EUK1Y8pTE6-PC-6" parent="VSqCA1LAcqbEIX1a-AIG-1" style="html=1;dashed=0;whiteSpace=wrap;strokeWidth=2;fillColor=#f8cecc;gradientColor=#ea6b66;strokeColor=#9999FF;" value="&lt;b&gt;&lt;font style=&quot;font-size: 13px; color: rgb(0, 0, 255);&quot;&gt;Cash Posted to Accounts Receivable&lt;/font&gt;&lt;/b&gt;" vertex="1">
          <mxGeometry height="50" width="110" x="760" y="127.5" as="geometry" />
        </mxCell>
        <mxCell id="dAGMuh-EUK1Y8pTE6-PC-8" parent="VSqCA1LAcqbEIX1a-AIG-1" style="strokeWidth=3;html=1;shape=mxgraph.flowchart.terminator;whiteSpace=wrap;fillColor=#66FF66;gradientColor=#97d077;strokeColor=#66B2FF;" value="&lt;font style=&quot;font-size: 13px; color: rgb(0, 0, 255);&quot;&gt;&lt;b&gt;END&lt;/b&gt;&lt;/font&gt;" vertex="1">
          <mxGeometry height="45" width="90" x="920" y="127.5" as="geometry" />
        </mxCell>
        <mxCell id="uHHicwT-v_B4AunEQLIp-2" edge="1" parent="VSqCA1LAcqbEIX1a-AIG-1" source="dAGMuh-EUK1Y8pTE6-PC-6" style="edgeStyle=orthogonalEdgeStyle;rounded=0;orthogonalLoop=1;jettySize=auto;html=1;exitX=1;exitY=0.5;exitDx=0;exitDy=0;entryX=0.111;entryY=0.556;entryDx=0;entryDy=0;entryPerimeter=0;strokeWidth=2;strokeColor=#0000FF;" target="dAGMuh-EUK1Y8pTE6-PC-8">
          <mxGeometry relative="1" as="geometry" />
        </mxCell>
        <mxCell id="P3YaCky24gQnAikYR2Y3-3" edge="1" parent="VSqCA1LAcqbEIX1a-AIG-1" source="2IOCe_ZcG10jMQKezpJ2-2" style="edgeStyle=orthogonalEdgeStyle;rounded=1;orthogonalLoop=1;jettySize=auto;html=1;exitX=1;exitY=0.5;exitDx=0;exitDy=0;entryX=0.091;entryY=0.441;entryDx=0;entryDy=0;entryPerimeter=0;strokeColor=#0000FF;strokeWidth=2;" target="dAGMuh-EUK1Y8pTE6-PC-2">
          <mxGeometry relative="1" as="geometry" />
        </mxCell>
        <mxCell id="dAGMuh-EUK1Y8pTE6-PC-10" edge="1" parent="1" source="JTW380UVqBL9k5zzlviH-1" style="edgeStyle=orthogonalEdgeStyle;rounded=0;orthogonalLoop=1;jettySize=auto;html=1;exitX=0.5;exitY=1;exitDx=0;exitDy=0;entryX=0.5;entryY=0;entryDx=0;entryDy=0;strokeColor=#0000FF;strokeWidth=3;" target="2IOCe_ZcG10jMQKezpJ2-1">
          <mxGeometry relative="1" as="geometry" />
        </mxCell>
        <mxCell id="Vm9v1WHijWWdkQHgRR_g-1" parent="1" style="text;html=1;whiteSpace=wrap;strokeColor=none;fillColor=none;align=center;verticalAlign=middle;rounded=0;" value="&lt;div style=&quot;font-weight: 700; text-align: left;&quot;&gt;&lt;font style=&quot;font-size: 13px;&quot;&gt;ACCT 341&lt;/font&gt;&lt;/div&gt;&lt;span style=&quot;font-weight: 700; text-align: left;&quot;&gt;&lt;font style=&quot;font-size: 13px;&quot;&gt;Name：Miaoqing Zheng&lt;/font&gt;&lt;/span&gt;&lt;div style=&quot;font-weight: 700; text-align: left;&quot;&gt;&lt;font style=&quot;font-size: 13px;&quot;&gt;ID: 23296511&lt;/font&gt;&lt;/div&gt;&lt;div style=&quot;font-weight: 700; text-align: left;&quot;&gt;&lt;font style=&quot;font-size: 13px;&quot;&gt;Date：04/05/2026&lt;/font&gt;&lt;/div&gt;" vertex="1">
          <mxGeometry height="30" width="220" x="130" y="80" as="geometry" />
        </mxCell>
      </root>
    </mxGraphModel>
  </diagram>
</mxfile>
